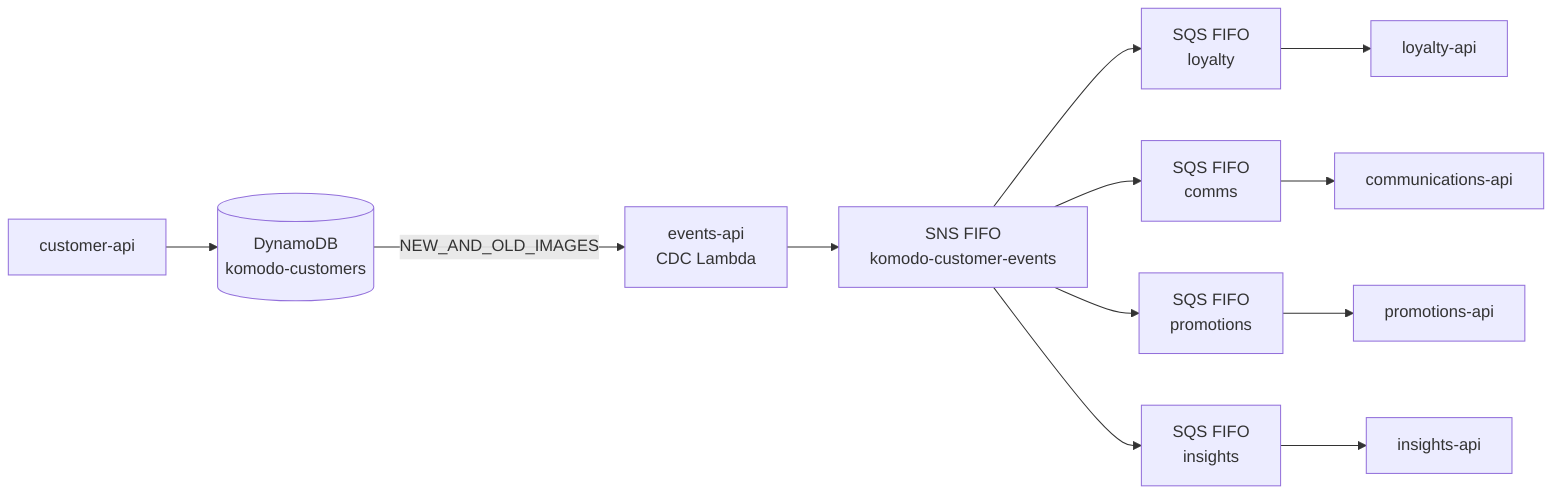
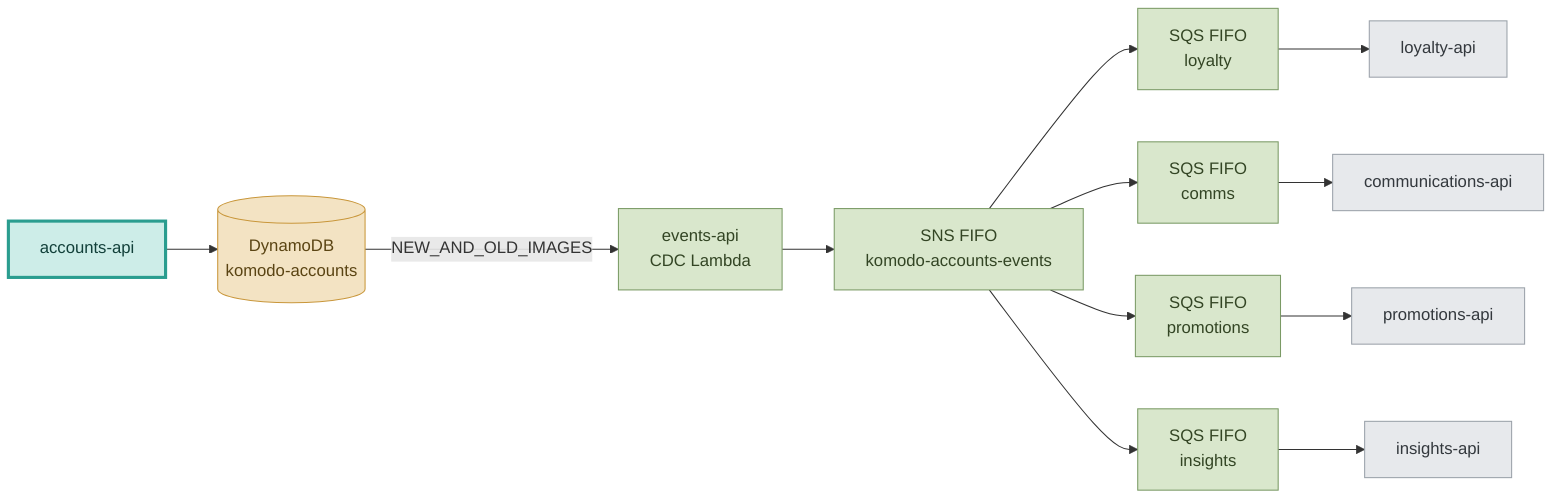
flowchart LR
-     CUST[customer-api]
-     DDB[(DynamoDB<br/>komodo-customers)]
+     ACCT[accounts-api]
+     DDB[(DynamoDB<br/>komodo-accounts)]
    CDC[events-api<br/>CDC Lambda]
-     TOPIC[SNS FIFO<br/>komodo-customer-events]
+     TOPIC[SNS FIFO<br/>komodo-accounts-events]
    QL[SQS FIFO<br/>loyalty]
    QC[SQS FIFO<br/>comms]
    QP[SQS FIFO<br/>promotions]
    QI[SQS FIFO<br/>insights]
    LOY[loyalty-api]
    COMMS[communications-api]
    PROMO[promotions-api]
    INS[insights-api]

-     CUST --> DDB
+     ACCT --> DDB
    DDB -->|NEW_AND_OLD_IMAGES| CDC
    CDC --> TOPIC
    TOPIC --> QL --> LOY
    TOPIC --> QC --> COMMS
    TOPIC --> QP --> PROMO
    TOPIC --> QI --> INS
+ 
+     classDef publicPlane fill:#CDEDE8,stroke:#2A9D8F,color:#12403A;
+     classDef dataLayer fill:#F3E3C3,stroke:#C9973B,color:#5A4413;
+     classDef external fill:#E7E9EC,stroke:#9AA1A9,color:#33383D;
+     classDef pipeline fill:#D9E7CC,stroke:#7A9A65,color:#334524;
+ 
+     class ACCT publicPlane;
+     class DDB dataLayer;
+     class CDC,TOPIC,QL,QC,QP,QI pipeline;
+     class LOY,COMMS,PROMO,INS external;
+ 
+     style ACCT stroke-width:3px;
